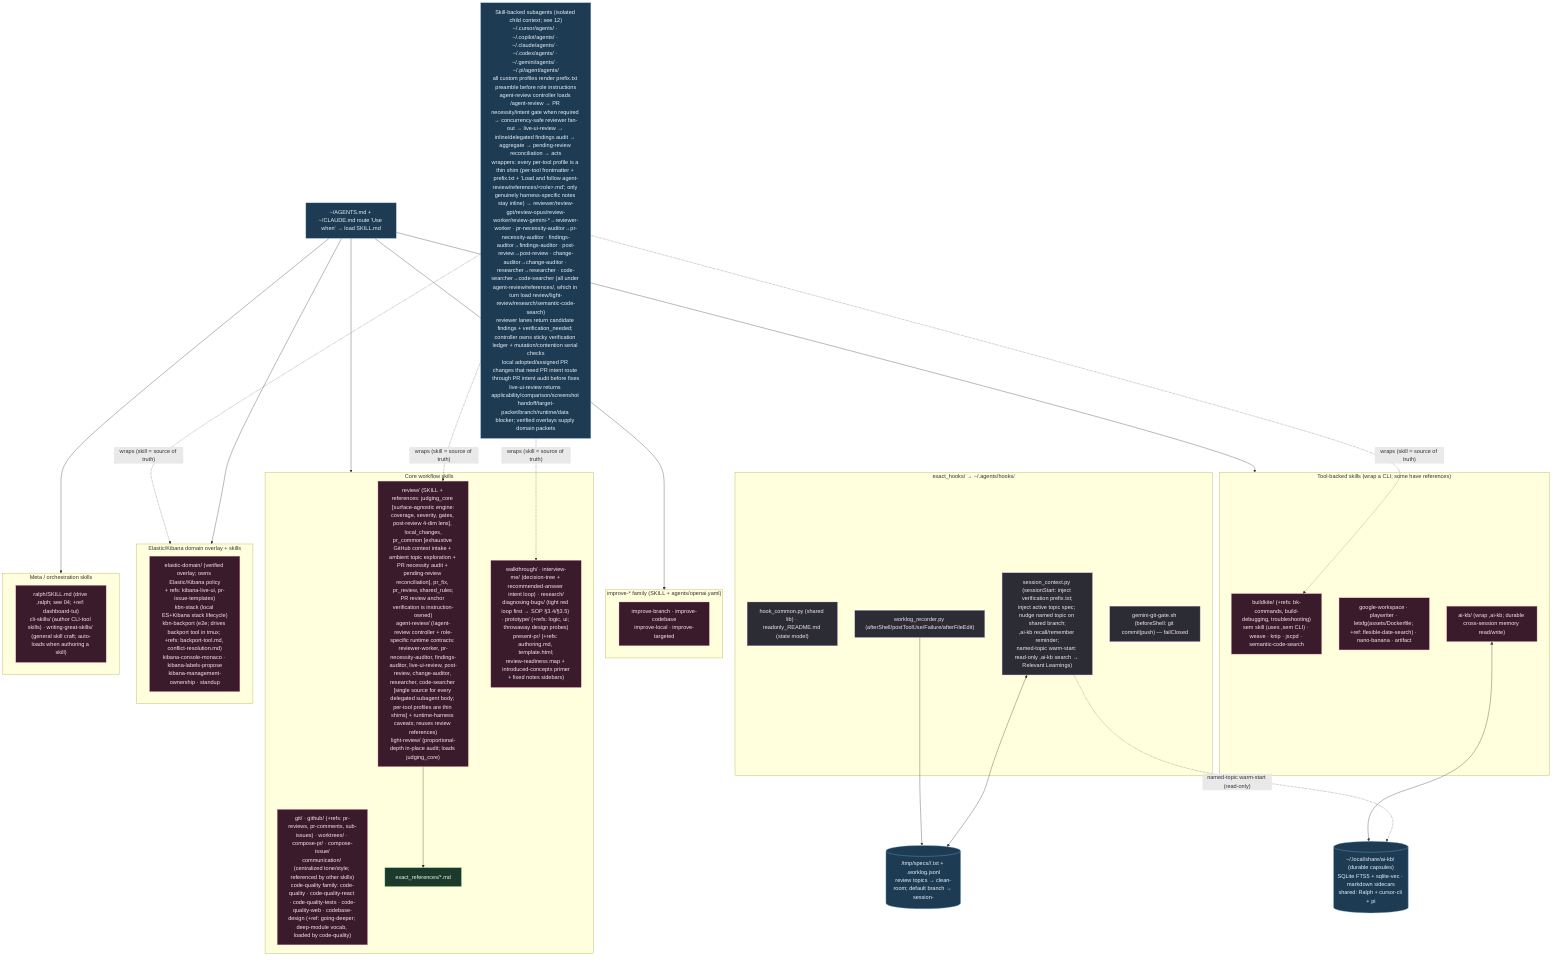
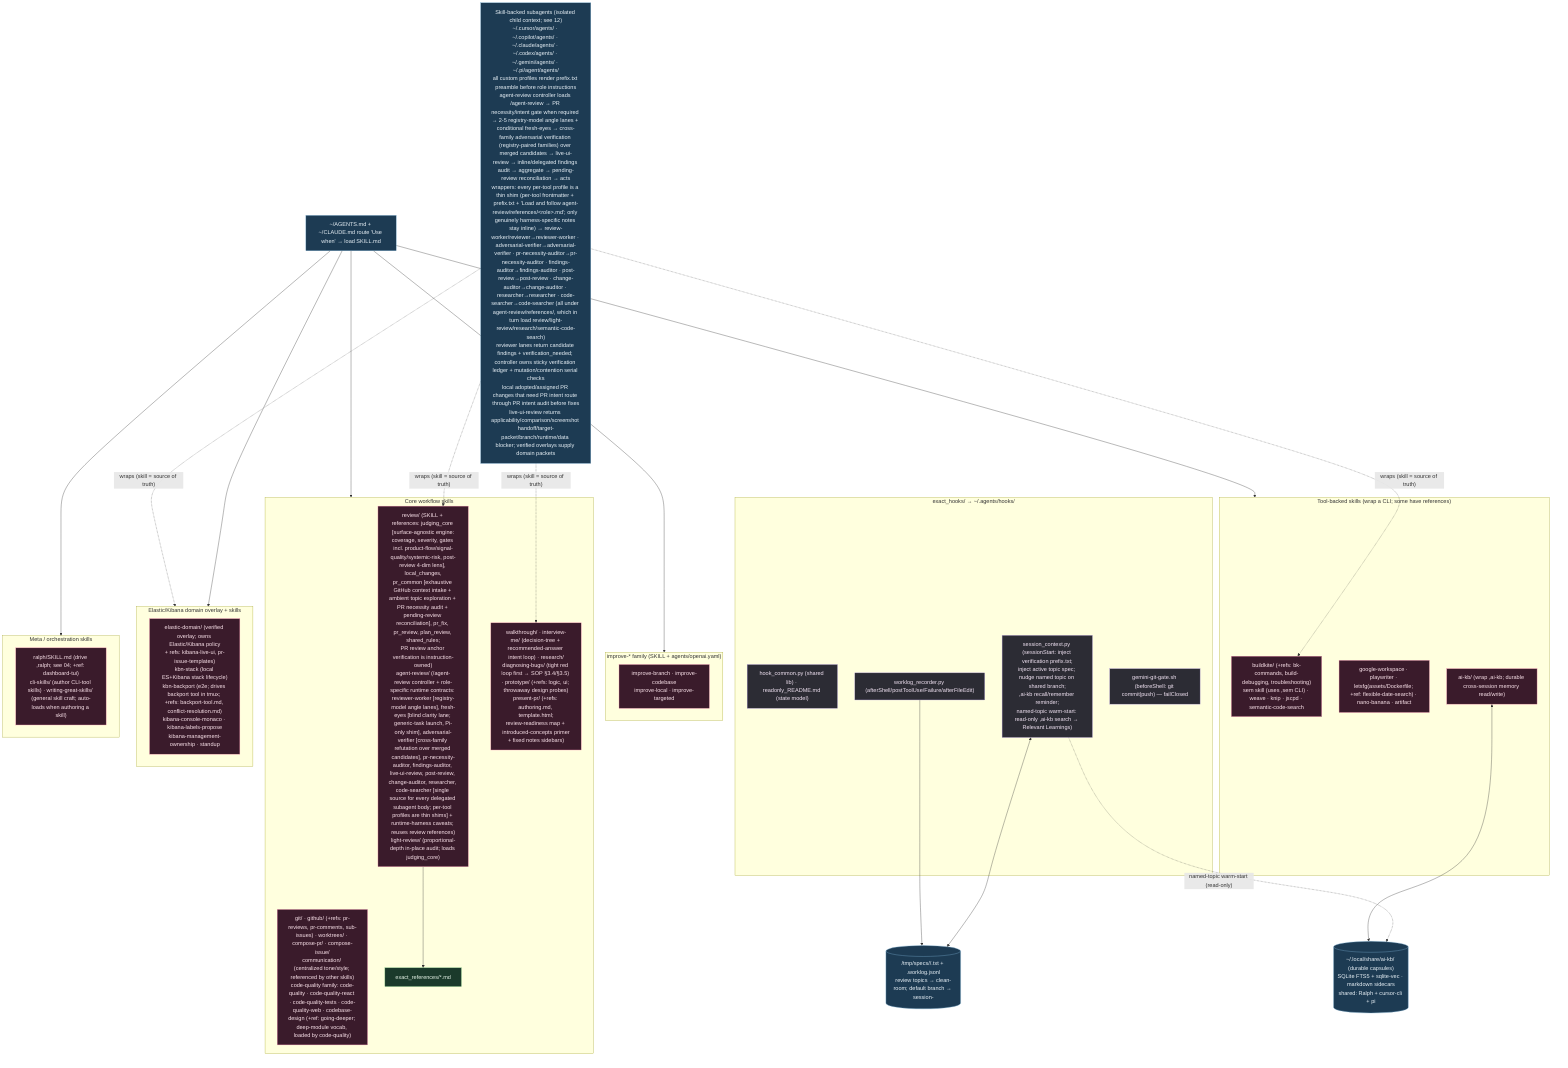
%% ============================================================================
- %% 03b-agent-skills-hooks.mmd — Every file under home/exact_dot_agents/ (90).
+ %% 03b-agent-skills-hooks.mmd — Every file under home/exact_dot_agents/ (93).
%% Skills → ~/.agents/skills/ (intent-routed SKILL.md). Shared hooks → ~/.agents/hooks/.
%% ============================================================================
flowchart TB
    classDef skill fill:#3a1b2b,stroke:#f48fb1,color:#fce4ec;
    classDef hook fill:#2c2c34,stroke:#b39ddb,color:#f3e5f5;
    classDef ref fill:#1b3a2b,stroke:#81c784,color:#e8f5e9;
    classDef data fill:#1d3b53,stroke:#7fb3d5,color:#eaf2f8;

    subgraph HOOKS["exact_hooks/ → ~/.agents/hooks/"]
        HC["hook_common.py (shared lib) · readonly_README.md (state model)"]:::hook
        SCx["session_context.py (sessionStart: inject verification prefix.txt;<br/>inject active topic spec; nudge named topic on shared branch;<br/>,ai-kb recall/remember reminder;<br/>named-topic warm-start: read-only ,ai-kb search → Relevant Learnings)"]:::hook
        WLx["worklog_recorder.py (afterShell/postToolUse/Failure/afterFileEdit)"]:::hook
        GG["gemini-git-gate.sh (beforeShell: git commit|push) — failClosed"]:::hook
    end

    MEM[("/tmp/specs/<pwd>/<topic>.txt + .worklog.jsonl<br/>review topics → clean-room; default branch → session-<id>")]:::data
    SCx <--> MEM
    WLx --> MEM

    KBDB[("~/.local/share/ai-kb/ (durable capsules)<br/>SQLite FTS5 + sqlite-vec · markdown sidecars<br/>shared: Ralph + cursor-cli + pi")]:::data
    SCx -. "named-topic warm-start (read-only)" .-> KBDB

    subgraph CORE["Core workflow skills"]
-         S1["review/ (SKILL + references: judging_core [surface-agnostic engine:<br/>coverage, severity, gates, post-review 4-dim lens], local_changes,<br/>pr_common [exhaustive GitHub context intake + ambient topic exploration + PR necessity audit + pending-review reconciliation], pr_fix, pr_review, shared_rules;<br/>PR review anchor verification is instruction-owned)<br/>agent-review/ (/agent-review controller + role-specific runtime contracts: reviewer-worker, pr-necessity-auditor, findings-auditor, live-ui-review, post-review, change-auditor, researcher, code-searcher [single source for every delegated subagent body; per-tool profiles are thin shims] + runtime-harness caveats; reuses review references)<br/>light-review/ (proportional-depth in-place audit; loads judging_core)"]:::skill
+         S1["review/ (SKILL + references: judging_core [surface-agnostic engine:<br/>coverage, severity, gates incl. product-flow/signal-quality/systemic-risk, post-review 4-dim lens], local_changes,<br/>pr_common [exhaustive GitHub context intake + ambient topic exploration + PR necessity audit + pending-review reconciliation], pr_fix, pr_review, plan_review, shared_rules;<br/>PR review anchor verification is instruction-owned)<br/>agent-review/ (/agent-review controller + role-specific runtime contracts: reviewer-worker [registry-model angle lanes], fresh-eyes [blind clarity lane; generic-task launch, Pi-only shim], adversarial-verifier [cross-family refutation over merged candidates], pr-necessity-auditor, findings-auditor, live-ui-review, post-review, change-auditor, researcher, code-searcher [single source for every delegated subagent body; per-tool profiles are thin shims] + runtime-harness caveats; reuses review references)<br/>light-review/ (proportional-depth in-place audit; loads judging_core)"]:::skill
        S2["git/ · github/ (+refs: pr-reviews, pr-comments, sub-issues) · worktrees/ · compose-pr/ · compose-issue/<br/>communication/ (centralized tone/style; referenced by other skills)<br/>code-quality family: code-quality · code-quality-react · code-quality-tests · code-quality-web · codebase-design (+ref: going-deeper; deep-module vocab, loaded by code-quality)"]:::skill
        S3["walkthrough/ · interview-me/ (decision-tree + recommended-answer intent loop) · research/<br/>diagnosing-bugs/ (tight red loop first → SOP §3.4/§3.5) · prototype/ (+refs: logic, ui; throwaway design probes)<br/>present-pr/ (+refs: authoring.md, template.html;<br/>review-readiness map + introduced-concepts primer<br/>+ fixed notes sidebars)"]:::skill
        S1 --> R1["exact_references/*.md"]:::ref
    end

    subgraph IMPROVE["improve-* family (SKILL + agents/openai.yaml)"]
        S4["improve-branch · improve-codebase<br/>improve-local · improve-targeted"]:::skill
    end

    subgraph TOOLS["Tool-backed skills (wrap a CLI; some have references)"]
        S5["buildkite/ (+refs: bk-commands, build-debugging, troubleshooting)<br/>sem skill (uses ,sem CLI) · weave · knip · jscpd · semantic-code-search"]:::skill
        S6["google-workspace · playwriter · letsfg(assets/Dockerfile; +ref: flexible-date-search) · nano-banana · artifact"]:::skill
        S7["ai-kb/ (wrap ,ai-kb; durable cross-session memory read/write)"]:::skill
    end

    subgraph KBN["Elastic/Kibana domain overlay + skills"]
        S8["elastic-domain/ (verified overlay; owns Elastic/Kibana policy<br/>+ refs: kibana-live-ui, pr-issue-templates)<br/>kbn-stack (local ES+Kibana stack lifecycle)<br/>kbn-backport (e2e; drives backport tool in tmux; +refs: backport-tool.md, conflict-resolution.md)<br/>kibana-console-monaco · kibana-labels-propose<br/>kibana-management-ownership · standup"]:::skill
    end

    subgraph META["Meta / orchestration skills"]
        S9["ralph/SKILL.md (drive ,ralph; see 04; +ref: dashboard-tui)<br/>cli-skills/ (author CLI-tool skills) · writing-great-skills/ (general skill craft; auto-loads when authoring a skill)"]:::skill
    end

    SOPS["~/AGENTS.md + ~/CLAUDE.md route 'Use when' → load SKILL.md"]:::data
    SOPS --> CORE & IMPROVE & TOOLS & KBN & META
    S7 <--> KBDB

-     SUBA["Skill-backed subagents (isolated child context; see 12)<br/>~/.cursor/agents/ · ~/.copilot/agents/ · ~/.claude/agents/ · ~/.codex/agents/ · ~/.gemini/agents/ · ~/.pi/agent/agents/<br/>all custom profiles render prefix.txt preamble before role instructions<br/>agent-review controller loads /agent-review → PR necessity/intent gate when required → concurrency-safe reviewer fan-out → live-ui-review → inline/delegated findings audit → aggregate → pending-review reconciliation → acts<br/>wrappers: every per-tool profile is a thin shim (per-tool frontmatter + prefix.txt + 'Load and follow agent-review/references/&lt;role&gt;.md'; only genuinely harness-specific notes stay inline) → reviewer/review-gpt/review-opus/review-worker/review-gemini-*→reviewer-worker · pr-necessity-auditor→pr-necessity-auditor · findings-auditor→findings-auditor · post-review→post-review · change-auditor→change-auditor · researcher→researcher · code-searcher→code-searcher (all under agent-review/references/, which in turn load review/light-review/research/semantic-code-search)<br/>reviewer lanes return candidate findings + verification_needed; controller owns sticky verification ledger + mutation/contention serial checks<br/>local adopted/assigned PR changes that need PR intent route through PR intent audit before fixes<br/>live-ui-review returns applicability/comparison/screenshot handoff/target-packet/branch/runtime/data blocker; verified overlays supply domain packets"]:::data
+     SUBA["Skill-backed subagents (isolated child context; see 12)<br/>~/.cursor/agents/ · ~/.copilot/agents/ · ~/.claude/agents/ · ~/.codex/agents/ · ~/.gemini/agents/ · ~/.pi/agent/agents/<br/>all custom profiles render prefix.txt preamble before role instructions<br/>agent-review controller loads /agent-review → PR necessity/intent gate when required → 2-5 registry-model angle lanes + conditional fresh-eyes → cross-family adversarial verification (registry-paired families) over merged candidates → live-ui-review → inline/delegated findings audit → aggregate → pending-review reconciliation → acts<br/>wrappers: every per-tool profile is a thin shim (per-tool frontmatter + prefix.txt + 'Load and follow agent-review/references/&lt;role&gt;.md'; only genuinely harness-specific notes stay inline) → review-worker/reviewer→reviewer-worker · adversarial-verifier→adversarial-verifier · pr-necessity-auditor→pr-necessity-auditor · findings-auditor→findings-auditor · post-review→post-review · change-auditor→change-auditor · researcher→researcher · code-searcher→code-searcher (all under agent-review/references/, which in turn load review/light-review/research/semantic-code-search)<br/>reviewer lanes return candidate findings + verification_needed; controller owns sticky verification ledger + mutation/contention serial checks<br/>local adopted/assigned PR changes that need PR intent route through PR intent audit before fixes<br/>live-ui-review returns applicability/comparison/screenshot handoff/target-packet/branch/runtime/data blocker; verified overlays supply domain packets"]:::data
    SUBA -.->|"wraps (skill = source of truth)"| S1 & S3 & S5 & KBN
